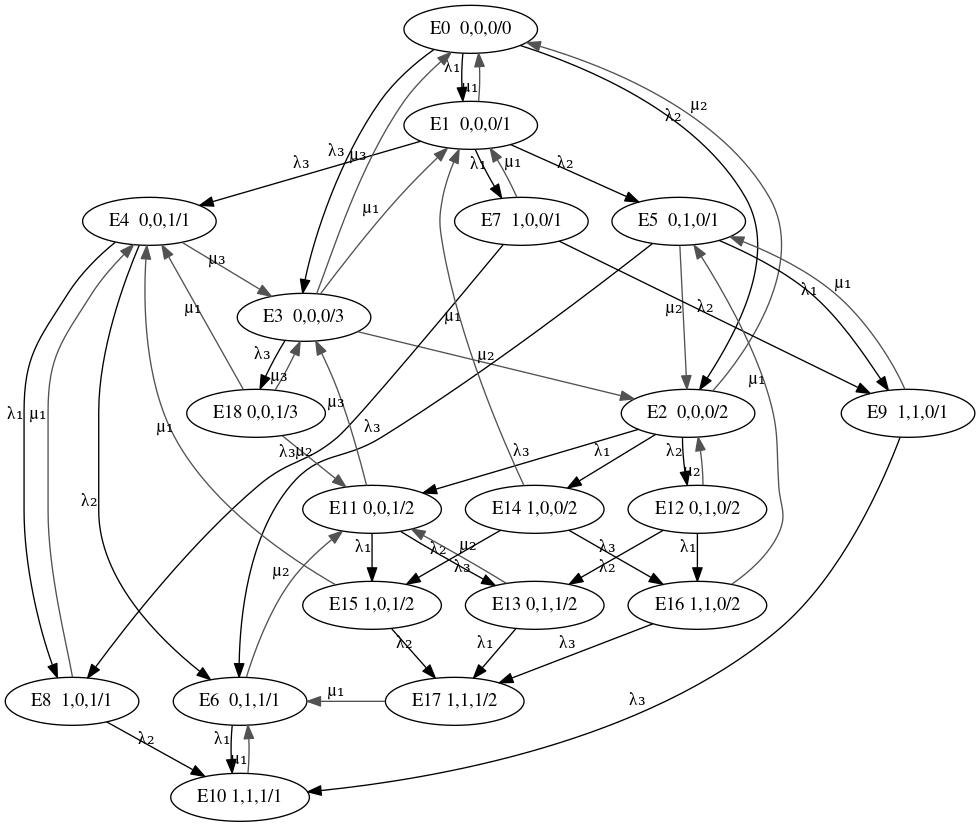
chebykinn/university keeps this Graphviz diagram as model/hw2/img/graph.png. Above is the earlier version. Its source is kept beside it as model/hw2/src/graph.gv. Its diagram source:
```dot
digraph finite_state_machine {
	rankdir=TB;


	node [label="E0  0,0,0/0"] E0;
	node [label="E1  0,0,0/1"] E1;
	node [label="E2  0,0,0/2"] E2;
	node [label="E3  0,0,0/3"] E3;

	node [label="E4  0,0,1/1"] E4;
	node [label="E5  0,1,0/1"] E5;
	node [label="E6  0,1,1/1"] E6;
	node [label="E7  1,0,0/1"] E7;
	node [label="E8  1,0,1/1"] E8;
	node [label="E9  1,1,0/1"] E9;
	node [label="E10 1,1,1/1"] E10;

	node [label="E11 0,0,1/2"] E11;
	node [label="E12 0,1,0/2"] E12;
	node [label="E13 0,1,1/2"] E13;
	node [label="E14 1,0,0/2"] E14;
	node [label="E15 1,0,1/2"] E15;
	node [label="E16 1,1,0/2"] E16;
	node [label="E17 1,1,1/2"] E17;

	node [label="E18 0,0,1/3"] E18;

	{ rank=same; E4; E7; E5 }
	{ rank=same; E2; E9 }
	{ rank=same; E6; E8; E17 }


	E0 -> E1 [dir=forward,xlabel=λ₁];
	E0 -> E2 [dir=forward,xlabel=λ₂];
	E0 -> E3 [dir=forward,xlabel=λ₃];

	E1 -> E4 [dir=forward,xlabel=λ₃];
	E1 -> E5 [dir=forward,xlabel=λ₂];
	E1 -> E7 [dir=forward,xlabel=λ₁];

	E4 -> E6 [dir=forward,xlabel=λ₂];
	E4 -> E8 [dir=forward,xlabel=λ₁];

	E5 -> E6 [dir=forward,xlabel=λ₃];
	E5 -> E9 [dir=forward,xlabel=λ₁];

	E6 -> E10 [dir=forward,xlabel=λ₁];

	E7 -> E8 [dir=forward,xlabel=λ₃];
	E7 -> E9 [dir=forward,xlabel=λ₂];

	E8 -> E10 [dir=forward,xlabel=λ₂];

	E9 -> E10 [dir=forward,xlabel=λ₃];

	E2 -> E11 [dir=forward,xlabel=λ₃];
	E2 -> E12 [dir=forward,xlabel=λ₂];
	E2 -> E14 [dir=forward,xlabel=λ₁];

	E11 -> E13 [dir=forward,xlabel=λ₂];
	E11 -> E15 [dir=forward,xlabel=λ₁];

	E12 -> E13 [dir=forward,xlabel=λ₃];
	E12 -> E16 [dir=forward,xlabel=λ₁];

	E13 -> E17 [dir=forward,xlabel=λ₁];

	E14 -> E15 [dir=forward,xlabel=λ₃];
	E14 -> E16 [dir=forward,xlabel=λ₂];

	E15 -> E17 [dir=forward,xlabel=λ₂];

	E16 -> E17 [dir=forward,xlabel=λ₃];

	E3 -> E18 [dir=forward,xlabel=λ₃];


	E1 -> E0 [color=gray32,dir=backward,xlabel=μ₁];

	E2 -> E0 [color=gray32,dir=backward,xlabel=μ₂];

	E3 -> E0 [color=gray32,dir=backward,xlabel=μ₃];

	E3 -> E1 [color=gray32,dir=backward,xlabel=μ₁];

	E3 -> E2 [color=gray32,dir=backward,xlabel=μ₂];

	E4 -> E3 [color=gray32,dir=backward,xlabel=μ₃];

	E5 -> E2 [color=gray32,dir=backward,xlabel=μ₂];

	E6 -> E11 [color=gray32,dir=backward,xlabel=μ₂];

	E7 -> E1 [color=gray32,dir=backward,xlabel=μ₁];

	E8 -> E4 [color=gray32,dir=backward,xlabel=μ₁];

	E9 -> E5 [color=gray32,dir=backward,xlabel=μ₁];

	E10 -> E6 [color=gray32,dir=backward,xlabel=μ₁];

	E11 -> E3 [color=gray32,dir=backward,xlabel=μ₃];

	E12 -> E2 [color=gray32,dir=backward,xlabel=μ₂];

	E13 -> E11 [color=gray32,dir=backward,xlabel=μ₂];

	E14 -> E1 [color=gray32,dir=backward,xlabel=μ₁];

	E15 -> E4 [color=gray32,dir=backward,xlabel=μ₁];

	E16 -> E5 [color=gray32,dir=backward,xlabel=μ₁];

	E17 -> E6 [color=gray32,dir=backward,xlabel=μ₁];

	E18 -> E3 [color=gray32,dir=backward,xlabel=μ₃];

	E18 -> E4 [color=gray32,dir=backward,xlabel=μ₁];
	E18 -> E11 [color=gray32,dir=backward,xlabel=μ₂];
}
```
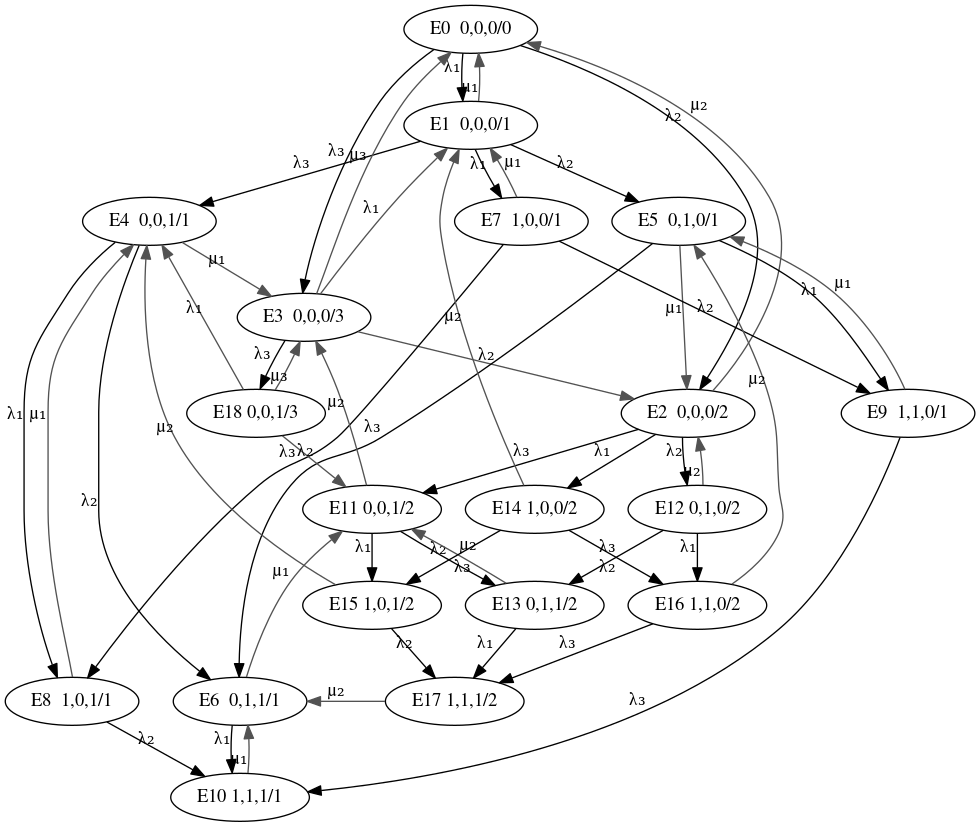
After the change.

Diff of the diagram source:
```diff
@@ -81,15 +81,15 @@
 
 	E3 -> E0 [color=gray32,dir=backward,xlabel=μ₃];
 
-	E3 -> E1 [color=gray32,dir=backward,xlabel=μ₁];
+	E3 -> E1 [color=gray32,dir=backward,xlabel=λ₁];
 
-	E3 -> E2 [color=gray32,dir=backward,xlabel=μ₂];
+	E3 -> E2 [color=gray32,dir=backward,xlabel=λ₂];
 
-	E4 -> E3 [color=gray32,dir=backward,xlabel=μ₃];
+	E4 -> E3 [color=gray32,dir=backward,xlabel=μ₁];
 
-	E5 -> E2 [color=gray32,dir=backward,xlabel=μ₂];
+	E5 -> E2 [color=gray32,dir=backward,xlabel=μ₁];
 
-	E6 -> E11 [color=gray32,dir=backward,xlabel=μ₂];
+	E6 -> E11 [color=gray32,dir=backward,xlabel=μ₁];
 
 	E7 -> E1 [color=gray32,dir=backward,xlabel=μ₁];
 
@@ -99,22 +99,22 @@
 
 	E10 -> E6 [color=gray32,dir=backward,xlabel=μ₁];
 
-	E11 -> E3 [color=gray32,dir=backward,xlabel=μ₃];
+	E11 -> E3 [color=gray32,dir=backward,xlabel=μ₂];
 
 	E12 -> E2 [color=gray32,dir=backward,xlabel=μ₂];
 
 	E13 -> E11 [color=gray32,dir=backward,xlabel=μ₂];
 
-	E14 -> E1 [color=gray32,dir=backward,xlabel=μ₁];
+	E14 -> E1 [color=gray32,dir=backward,xlabel=μ₂];
 
-	E15 -> E4 [color=gray32,dir=backward,xlabel=μ₁];
+	E15 -> E4 [color=gray32,dir=backward,xlabel=μ₂];
 
-	E16 -> E5 [color=gray32,dir=backward,xlabel=μ₁];
+	E16 -> E5 [color=gray32,dir=backward,xlabel=μ₂];
 
-	E17 -> E6 [color=gray32,dir=backward,xlabel=μ₁];
+	E17 -> E6 [color=gray32,dir=backward,xlabel=μ₂];
 
 	E18 -> E3 [color=gray32,dir=backward,xlabel=μ₃];
 
-	E18 -> E4 [color=gray32,dir=backward,xlabel=μ₁];
-	E18 -> E11 [color=gray32,dir=backward,xlabel=μ₂];
+	E18 -> E4 [color=gray32,dir=backward,xlabel=λ₁];
+	E18 -> E11 [color=gray32,dir=backward,xlabel=λ₂];
 }
```
